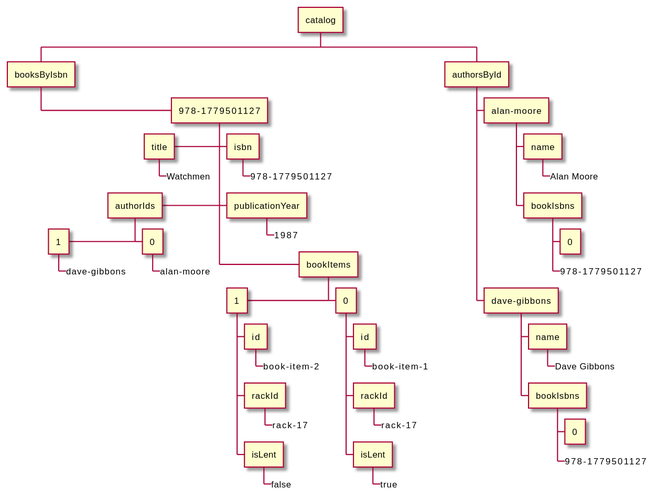
This is reveal/site/img/library-data.svg from viebel/slides.klipse.tech, a PlantUML export, as it was before one commit. Source of this version:
```plantuml
@startwbs
+ catalog
++ booksByIsbn
+++ 978-1779501127
++++ isbn
+++++_ 978-1779501127
+++- title
+++++_ Watchmen
++++ publicationYear
+++++_ 1987
+++- authorIds
+++++ 0
++++++_ alan-moore
++++- 1
++++++_ dave-gibbons
++++ bookItems
+++++ 0
++++++ id
+++++++_ book-item-1
++++++ rackId
+++++++_ rack-17
++++++ isLent
+++++++_ true
++++- 1
++++++ id
+++++++_ book-item-2
++++++ rackId
+++++++_ rack-17
++++++ isLent
+++++++_ false
++ authorsById
+++ alan-moore
++++ name
+++++_ Alan Moore
++++ bookIsbns
+++++ 0
+++++_ 978-1779501127
+++ dave-gibbons
++++ name
+++++_ Dave Gibbons
++++ bookIsbns
+++++ 0
+++++_ 978-1779501127

@endwbs
```
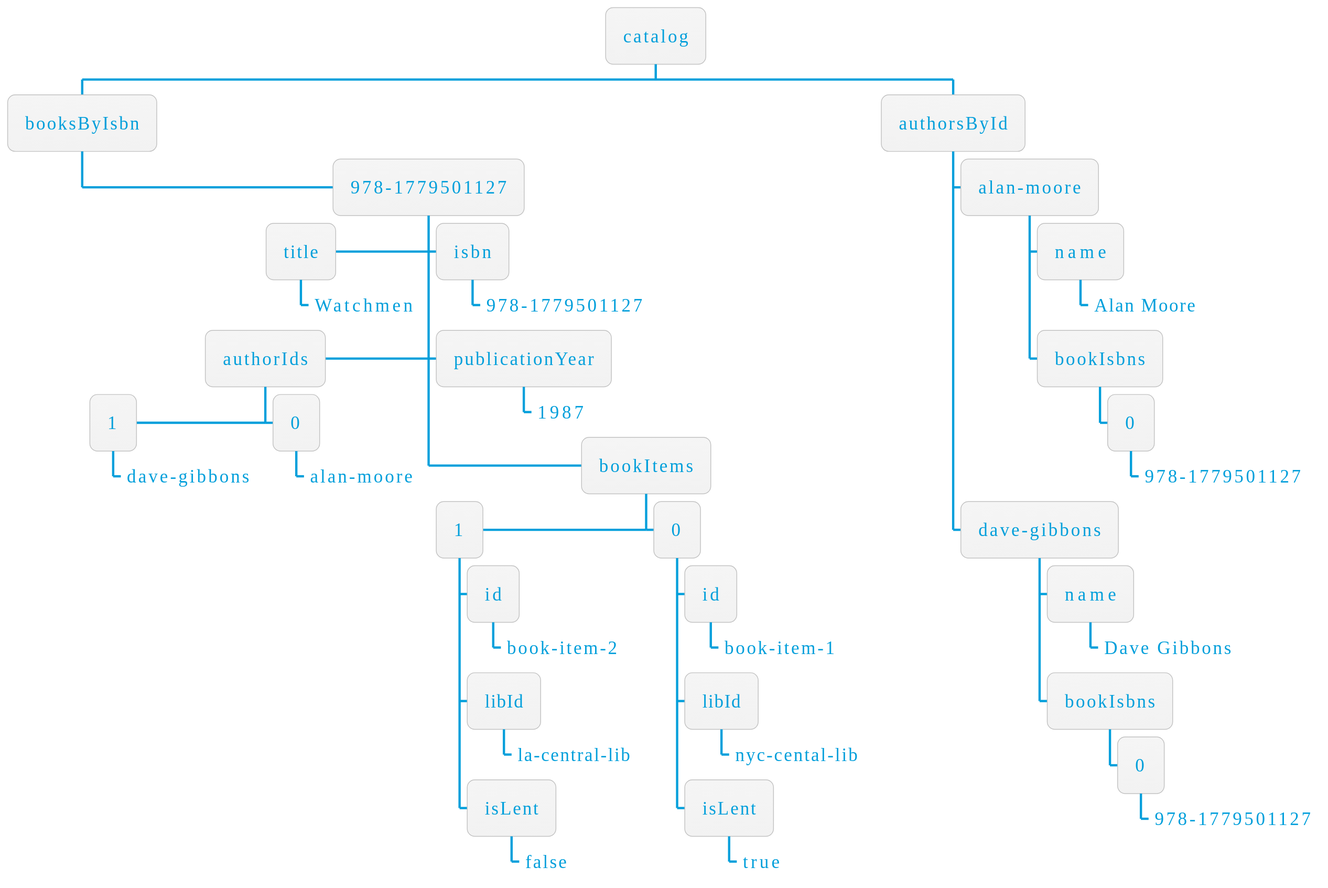
After the change.

The edit, as a diff of the source:
```diff
@@ -1,4 +1,6 @@
 @startwbs
+!include SkinParam.iuml
+!theme bluegray
 + catalog
 ++ booksByIsbn
 +++ 978-1779501127
@@ -17,15 +19,15 @@
 +++++ 0
 ++++++ id
 +++++++_ book-item-1
-++++++ rackId
-+++++++_ rack-17
+++++++ libId
++++++++_ nyc-cental-lib
 ++++++ isLent
 +++++++_ true
 ++++- 1
 ++++++ id
 +++++++_ book-item-2
-++++++ rackId
-+++++++_ rack-17
+++++++ libId
++++++++_ la-central-lib
 ++++++ isLent
 +++++++_ false
 ++ authorsById
@@ -34,12 +36,12 @@
 +++++_ Alan Moore
 ++++ bookIsbns
 +++++ 0
-+++++_ 978-1779501127
+++++++_ 978-1779501127
 +++ dave-gibbons
 ++++ name
 +++++_ Dave Gibbons
 ++++ bookIsbns
 +++++ 0
-+++++_ 978-1779501127
+++++++_ 978-1779501127
 
 @endwbs
```
